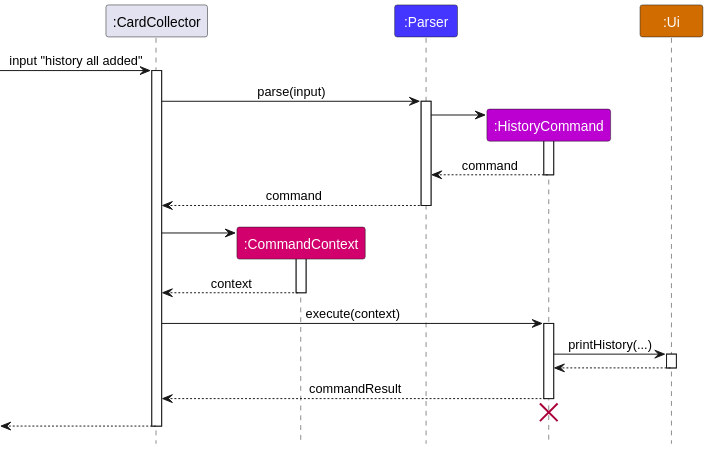
Above: docs/images/HistorySequenceDiagram.svg in bryankuah/tp (PlantUML), before the change. Source of this version:
```plantuml
@startuml
!include Style.puml


participant ":CardCollector" as CardCollector
participant ":CommandContext" as CommandContext COMMANDCONTEXT_COLOR_PRIMARY
participant ":Parser" as Parser PARSER_COLOR_PRIMARY
participant ":HistoryCommand" as HistoryCommand COMMAND_COLOR_PRIMARY
participant ":Ui" as Ui UI_COLOR_PRIMARY

-> CardCollector : input "history all added"

activate CardCollector
CardCollector -> Parser : parse(input)
activate Parser

create HistoryCommand
Parser -> HistoryCommand
activate HistoryCommand
HistoryCommand --> Parser : command
deactivate HistoryCommand

Parser --> CardCollector : command
deactivate Parser
CardCollector -[hidden]-> Parser

create CommandContext
CardCollector -> CommandContext
activate CommandContext
CommandContext --> CardCollector : context
deactivate

CardCollector -> HistoryCommand : execute(context)
activate HistoryCommand

HistoryCommand -> Ui: printHistory(...)
activate Ui
Ui --> HistoryCommand
deactivate Ui

HistoryCommand --> CardCollector : commandResult
deactivate HistoryCommand
CardCollector -[hidden]-> Parser
destroy HistoryCommand

<-- CardCollector
deactivate CardCollector
@enduml
```
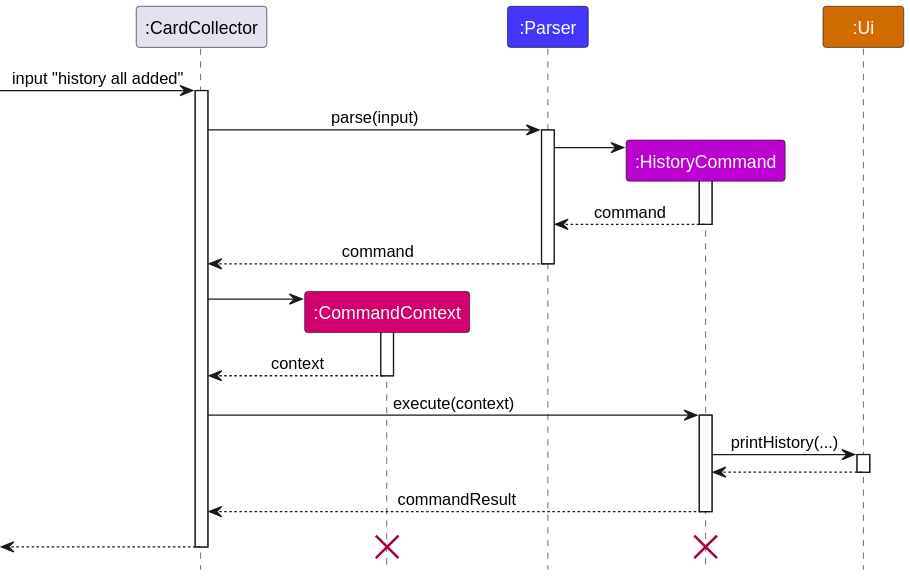
After the commit.

Commit message:
Update DG for "history" command

Change to the diagram source:
```diff
@@ -41,8 +41,10 @@
 HistoryCommand --> CardCollector : commandResult
 deactivate HistoryCommand
 CardCollector -[hidden]-> Parser
-destroy HistoryCommand
 
 <-- CardCollector
 deactivate CardCollector
+
+destroy CommandContext
+destroy HistoryCommand
 @enduml
```
